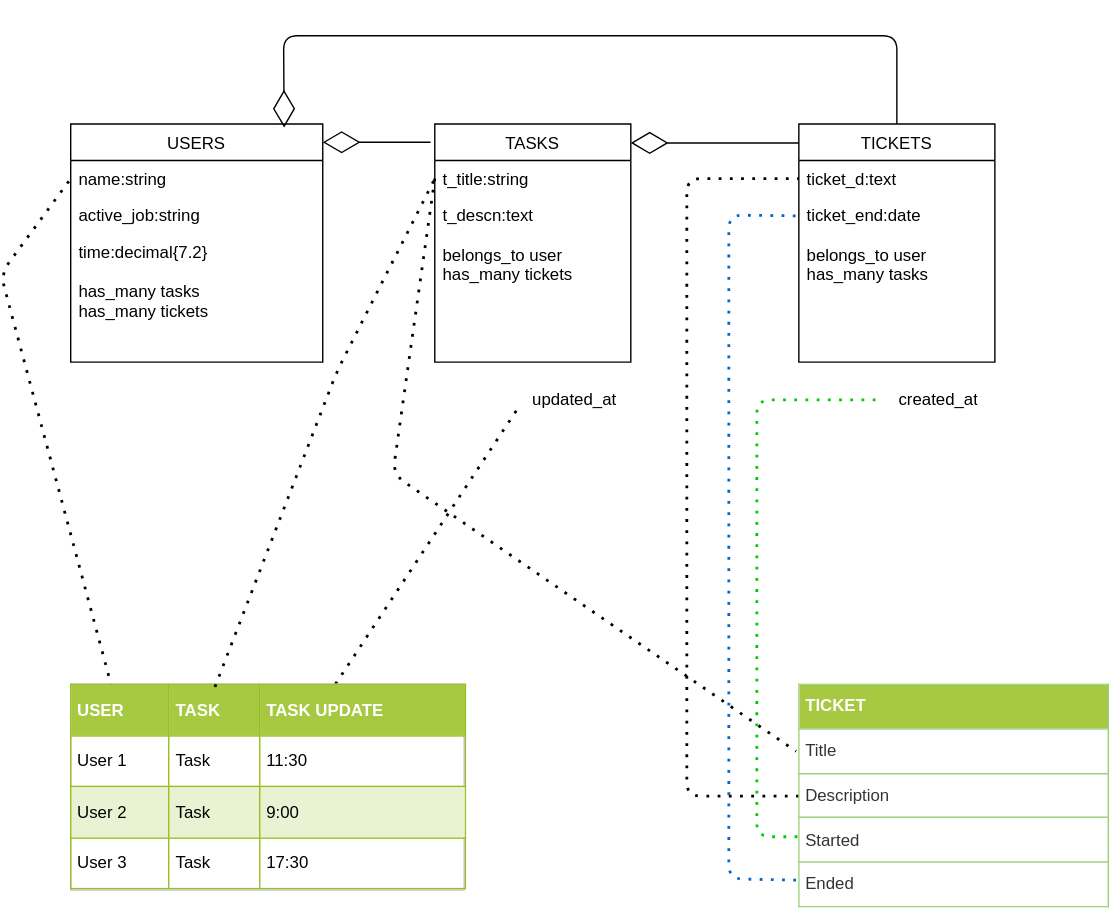
The draw.io diagram MyApp.svg in Roru-cmd/Myapp, before a commit. Source tidied: cells renumbered, new cells last; positions are measured from the earlier drawing's top-left corner, leaving out a move shared by most shapes.
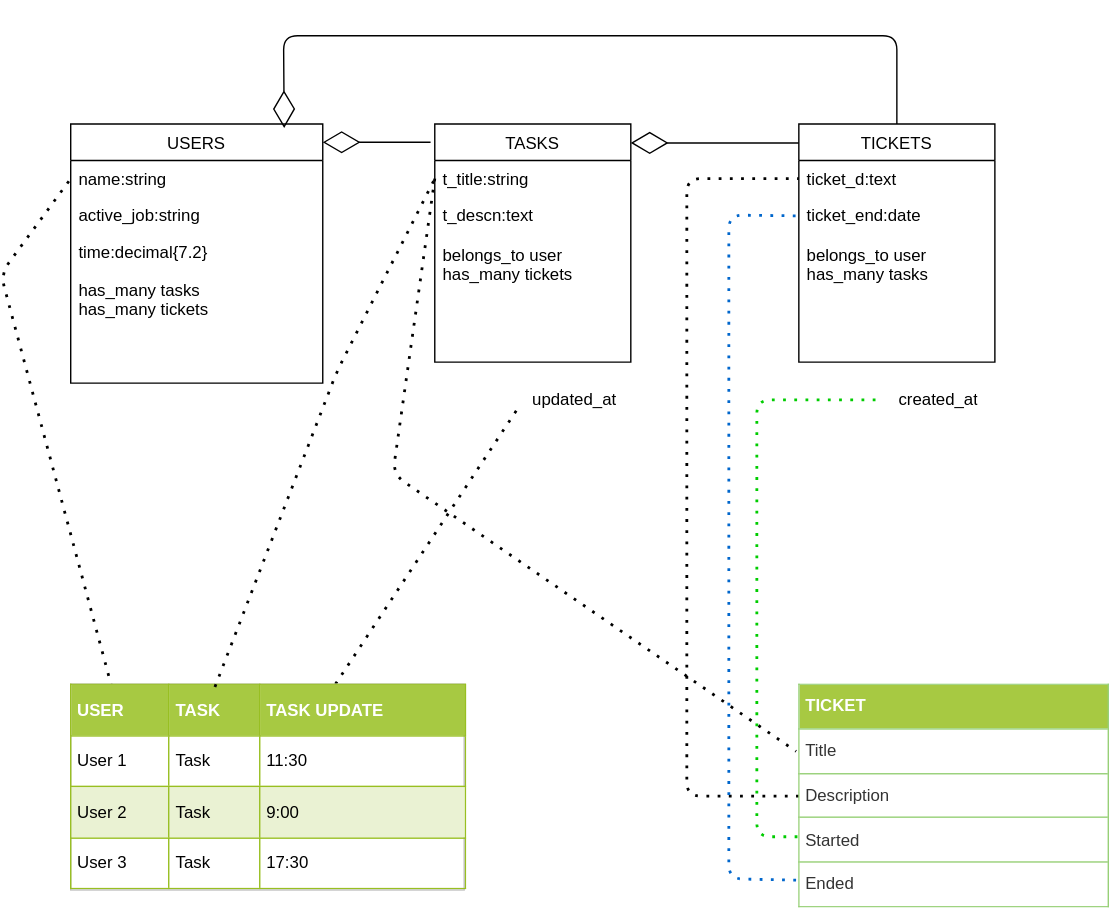
Later version of the same file.

Diff of the diagram source:
```diff
@@ -3,7 +3,7 @@
     <mxCell id="0" />
     <mxCell id="1" parent="0" />
     <mxCell id="2" value="USERS" style="swimlane;fontStyle=0;horizontal=1;startSize=26;fillColor=none;" parent="1" vertex="1">
-      <mxGeometry x="50" y="63" width="180" height="170" as="geometry" />
+      <mxGeometry x="50" y="63" width="180" height="185" as="geometry" />
     </mxCell>
     <mxCell id="3" value="name:string" style="text;strokeColor=none;fillColor=none;align=left;verticalAlign=top;spacingLeft=4;spacingRight=4;overflow=hidden;points=[[0,0.5],[1,0.5]];portConstraint=eastwest;" parent="2" vertex="1">
       <mxGeometry y="26" width="180" height="26" as="geometry" />
@@ -11,8 +11,11 @@
     <mxCell id="4" value="active_job:string" style="text;strokeColor=none;fillColor=none;align=left;verticalAlign=top;spacingLeft=4;spacingRight=4;overflow=hidden;" parent="2" vertex="1">
       <mxGeometry y="52" width="180" height="26" as="geometry" />
     </mxCell>
+    <mxCell id="27" value="time:decimal{7.2}" style="text;strokeColor=none;fillColor=none;align=left;verticalAlign=top;spacingLeft=4;spacingRight=4;overflow=hidden;" parent="2" vertex="1">
+      <mxGeometry y="78" width="180" height="27" as="geometry" />
+    </mxCell>
-    <mxCell id="5" value="time:decimal{7.2}&#10;&#10;has_many tasks&#10;has_many tickets" style="text;strokeColor=none;fillColor=none;align=left;verticalAlign=top;spacingLeft=4;spacingRight=4;overflow=hidden;" parent="2" vertex="1">
-      <mxGeometry y="78" width="180" height="92" as="geometry" />
+    <mxCell id="5" value="has_many tasks&#10;has_many tickets" style="text;strokeColor=none;fillColor=none;align=left;verticalAlign=top;spacingLeft=4;spacingRight=4;overflow=hidden;" parent="2" vertex="1">
+      <mxGeometry y="105" width="180" height="80" as="geometry" />
     </mxCell>
     <mxCell id="6" value="TASKS" style="swimlane;fontStyle=0;horizontal=1;startSize=26;fillColor=none;" parent="1" vertex="1">
       <mxGeometry x="310" y="63" width="140" height="170" as="geometry" />
```
